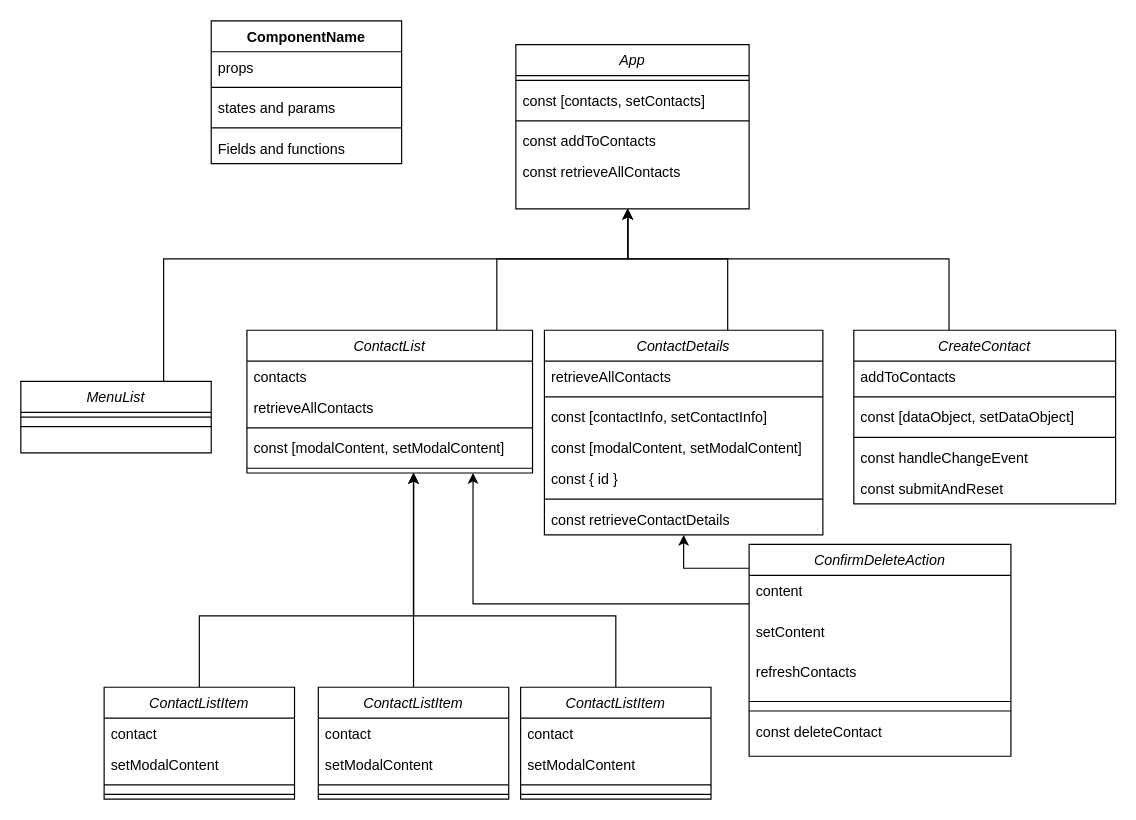
The draw.io diagram react_address_book_part_1.drawio in boolean-uk/react-address-book-part-1, before the edit. Source tidied: cells renumbered, new cells numbered last; positions are measured from the earlier drawing's top-left corner, leaving out a move shared by most shapes. Both pictures are drawn from the tidied source at 119%, with x=0, y=0 at pixel (20, 20).
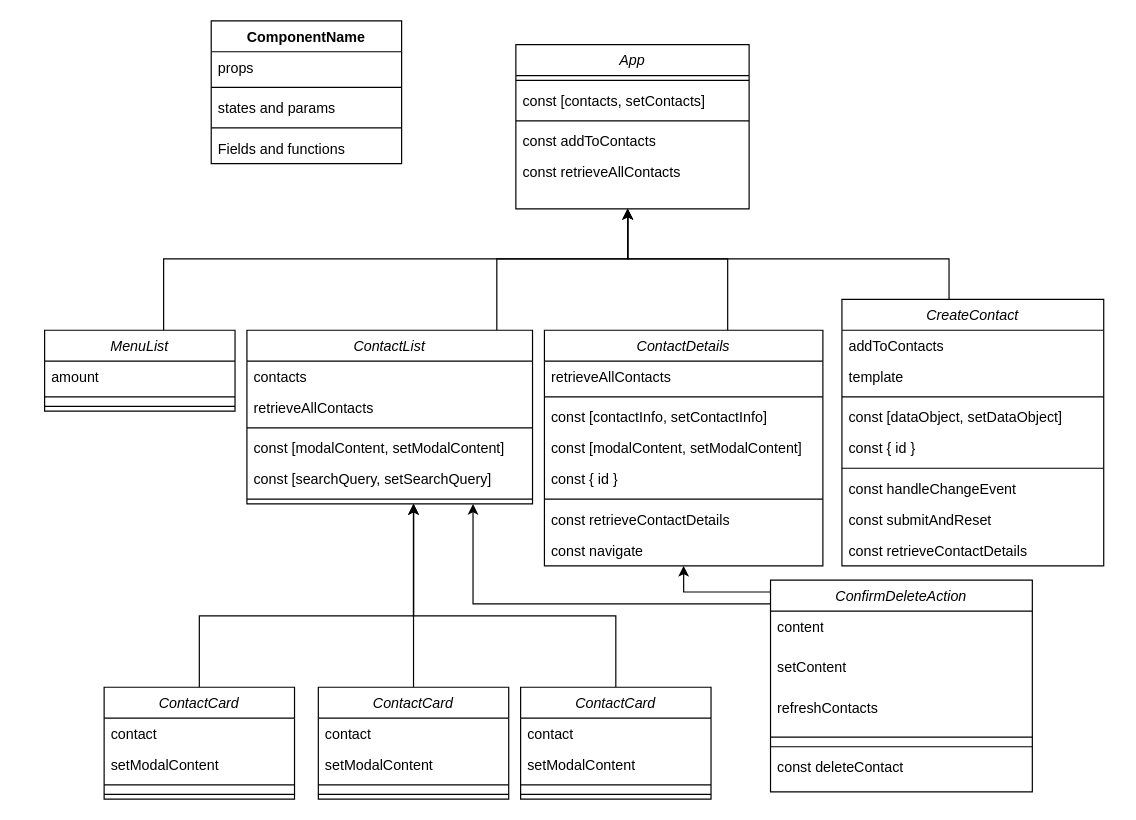
After the change.

The edit, as a diff of the source:
```diff
@@
     <mxCell id="9" value="MenuList" style="swimlane;fontStyle=2;align=center;verticalAlign=top;horizontal=1;startSize=26;rounded=0;shadow=0;strokeWidth=1;" parent="1" vertex="1">
-      <mxGeometry y="303" width="160" height="60" as="geometry" />
+      <mxGeometry x="20" y="260" width="160" height="68" as="geometry" />
     </mxCell>
+    <mxCell id="69" value="amount" style="text;strokeColor=none;fillColor=none;align=left;verticalAlign=top;spacingLeft=4;spacingRight=4;overflow=hidden;whiteSpace=wrap;html=1;" parent="9" vertex="1">
+      <mxGeometry y="26" width="160" height="26" as="geometry" />
+    </mxCell>
     <mxCell id="10" style="line;html=1;strokeWidth=1;align=left;verticalAlign=middle;spacingTop=-1;spacingLeft=3;spacingRight=3;labelPosition=right;" parent="9" vertex="1">
-      <mxGeometry y="26" width="160" height="8" as="geometry" />
+      <mxGeometry y="52" width="160" height="8" as="geometry" />
     </mxCell>
     <mxCell id="11" style="line;strokeWidth=1;fillColor=none;align=left;verticalAlign=middle;spacingTop=-1;spacingLeft=3;spacingRight=3;labelPosition=right;strokeColor=inherit;" parent="9" vertex="1">
-      <mxGeometry y="34" width="160" height="8" as="geometry" />
+      <mxGeometry y="60" width="160" height="8" as="geometry" />
     </mxCell>
@@
     <mxCell id="13" value="ContactList" style="swimlane;fontStyle=2;align=center;verticalAlign=top;horizontal=1;startSize=26;rounded=0;shadow=0;strokeWidth=1;" parent="1" vertex="1">
-      <mxGeometry x="190" y="260" width="240" height="120" as="geometry" />
+      <mxGeometry x="190" y="260" width="240" height="146" as="geometry" />
     </mxCell>
@@
+    <mxCell id="70" value="const [searchQuery, setSearchQuery]" style="text;strokeColor=none;fillColor=none;align=left;verticalAlign=top;spacingLeft=4;spacingRight=4;overflow=hidden;whiteSpace=wrap;html=1;" parent="13" vertex="1">
+      <mxGeometry y="112" width="240" height="26" as="geometry" />
+    </mxCell>
     <mxCell id="18" style="line;html=1;strokeWidth=1;align=left;verticalAlign=middle;spacingTop=-1;spacingLeft=3;spacingRight=3;labelPosition=right;" parent="13" vertex="1">
-      <mxGeometry y="112" width="240" height="8" as="geometry" />
+      <mxGeometry y="138" width="240" height="8" as="geometry" />
     </mxCell>
@@
     <mxCell id="20" value="ContactDetails" style="swimlane;fontStyle=2;align=center;verticalAlign=top;horizontal=1;startSize=26;rounded=0;shadow=0;strokeWidth=1;" parent="1" vertex="1">
-      <mxGeometry x="440" y="260" width="234" height="172" as="geometry" />
+      <mxGeometry x="440" y="260" width="234" height="198" as="geometry" />
     </mxCell>
@@
+    <mxCell id="71" value="const navigate" style="text;strokeColor=none;fillColor=none;align=left;verticalAlign=top;spacingLeft=4;spacingRight=4;overflow=hidden;whiteSpace=wrap;html=1;" parent="20" vertex="1">
+      <mxGeometry y="172" width="234" height="26" as="geometry" />
+    </mxCell>
@@
     <mxCell id="29" value="CreateContact" style="swimlane;fontStyle=2;align=center;verticalAlign=top;horizontal=1;startSize=26;rounded=0;shadow=0;strokeWidth=1;" parent="1" vertex="1">
-      <mxGeometry x="700" y="260" width="220" height="146" as="geometry" />
+      <mxGeometry x="690" y="234" width="220" height="224" as="geometry" />
     </mxCell>
@@
+    <mxCell id="72" value="template" style="text;strokeColor=none;fillColor=none;align=left;verticalAlign=top;spacingLeft=4;spacingRight=4;overflow=hidden;whiteSpace=wrap;html=1;" parent="29" vertex="1">
+      <mxGeometry y="52" width="220" height="26" as="geometry" />
+    </mxCell>
     <mxCell id="31" style="line;strokeWidth=1;fillColor=none;align=left;verticalAlign=middle;spacingTop=-1;spacingLeft=3;spacingRight=3;labelPosition=right;strokeColor=inherit;" parent="29" vertex="1">
-      <mxGeometry y="52" width="220" height="8" as="geometry" />
+      <mxGeometry y="78" width="220" height="8" as="geometry" />
     </mxCell>
     <mxCell id="32" value="const [dataObject, setDataObject]" style="text;strokeColor=none;fillColor=none;align=left;verticalAlign=top;spacingLeft=4;spacingRight=4;overflow=hidden;whiteSpace=wrap;html=1;" parent="29" vertex="1">
-      <mxGeometry y="60" width="220" height="26" as="geometry" />
+      <mxGeometry y="86" width="220" height="26" as="geometry" />
     </mxCell>
+    <mxCell id="73" value="const { id }" style="text;strokeColor=none;fillColor=none;align=left;verticalAlign=top;spacingLeft=4;spacingRight=4;overflow=hidden;whiteSpace=wrap;html=1;" parent="29" vertex="1">
+      <mxGeometry y="112" width="220" height="26" as="geometry" />
+    </mxCell>
     <mxCell id="33" style="line;html=1;strokeWidth=1;align=left;verticalAlign=middle;spacingTop=-1;spacingLeft=3;spacingRight=3;labelPosition=right;" parent="29" vertex="1">
-      <mxGeometry y="86" width="220" height="8" as="geometry" />
+      <mxGeometry y="138" width="220" height="8" as="geometry" />
     </mxCell>
     <mxCell id="34" value="const handleChangeEvent" style="text;strokeColor=none;fillColor=none;align=left;verticalAlign=top;spacingLeft=4;spacingRight=4;overflow=hidden;whiteSpace=wrap;html=1;" parent="29" vertex="1">
-      <mxGeometry y="94" width="220" height="26" as="geometry" />
+      <mxGeometry y="146" width="220" height="26" as="geometry" />
     </mxCell>
     <mxCell id="35" value="const submitAndReset" style="text;strokeColor=none;fillColor=none;align=left;verticalAlign=top;spacingLeft=4;spacingRight=4;overflow=hidden;whiteSpace=wrap;html=1;" parent="29" vertex="1">
-      <mxGeometry y="120" width="220" height="26" as="geometry" />
+      <mxGeometry y="172" width="220" height="26" as="geometry" />
     </mxCell>
+    <mxCell id="74" value="const retrieveContactDetails" style="text;strokeColor=none;fillColor=none;align=left;verticalAlign=top;spacingLeft=4;spacingRight=4;overflow=hidden;whiteSpace=wrap;html=1;" parent="29" vertex="1">
+      <mxGeometry y="198" width="220" height="26" as="geometry" />
+    </mxCell>
@@
-    <mxCell id="37" value="ContactListItem" style="swimlane;fontStyle=2;align=center;verticalAlign=top;horizontal=1;startSize=26;rounded=0;shadow=0;strokeWidth=1;" parent="1" vertex="1">
+    <mxCell id="37" value="ContactCard" style="swimlane;fontStyle=2;align=center;verticalAlign=top;horizontal=1;startSize=26;rounded=0;shadow=0;strokeWidth=1;" parent="1" vertex="1">
       <mxGeometry x="70" y="560" width="160" height="94" as="geometry" />
     </mxCell>
@@
-    <mxCell id="49" value="ContactListItem" style="swimlane;fontStyle=2;align=center;verticalAlign=top;horizontal=1;startSize=26;rounded=0;shadow=0;strokeWidth=1;" parent="1" vertex="1">
+    <mxCell id="49" value="ContactCard" style="swimlane;fontStyle=2;align=center;verticalAlign=top;horizontal=1;startSize=26;rounded=0;shadow=0;strokeWidth=1;" parent="1" vertex="1">
       <mxGeometry x="250" y="560" width="160" height="94" as="geometry" />
     </mxCell>
@@
-    <mxCell id="55" value="ContactListItem" style="swimlane;fontStyle=2;align=center;verticalAlign=top;horizontal=1;startSize=26;rounded=0;shadow=0;strokeWidth=1;" parent="1" vertex="1">
+    <mxCell id="55" value="ContactCard" style="swimlane;fontStyle=2;align=center;verticalAlign=top;horizontal=1;startSize=26;rounded=0;shadow=0;strokeWidth=1;" parent="1" vertex="1">
       <mxGeometry x="420" y="560" width="160" height="94" as="geometry" />
     </mxCell>
@@
     <mxCell id="60" style="edgeStyle=orthogonalEdgeStyle;rounded=0;jettySize=auto;html=1;" parent="1" edge="1" source="62" target="13">
       <mxGeometry relative="1" as="geometry">
         <Array as="points">
-          <mxPoint x="722" y="490" />
           <mxPoint x="380" y="490" />
         </Array>
       </mxGeometry>
     </mxCell>
     <mxCell id="61" style="edgeStyle=orthogonalEdgeStyle;rounded=0;jettySize=auto;html=1;" parent="1" edge="1" source="62" target="20">
       <mxGeometry relative="1" as="geometry">
         <Array as="points">
-          <mxPoint x="557" y="460" />
+          <mxPoint x="557" y="480" />
         </Array>
       </mxGeometry>
     </mxCell>
     <mxCell id="62" value="ConfirmDeleteAction" style="swimlane;fontStyle=2;align=center;verticalAlign=top;horizontal=1;startSize=26;rounded=0;shadow=0;strokeWidth=1;" parent="1" vertex="1">
-      <mxGeometry x="612" y="440" width="220" height="178" as="geometry" />
+      <mxGeometry x="630" y="470" width="220" height="178" as="geometry" />
     </mxCell>
```
